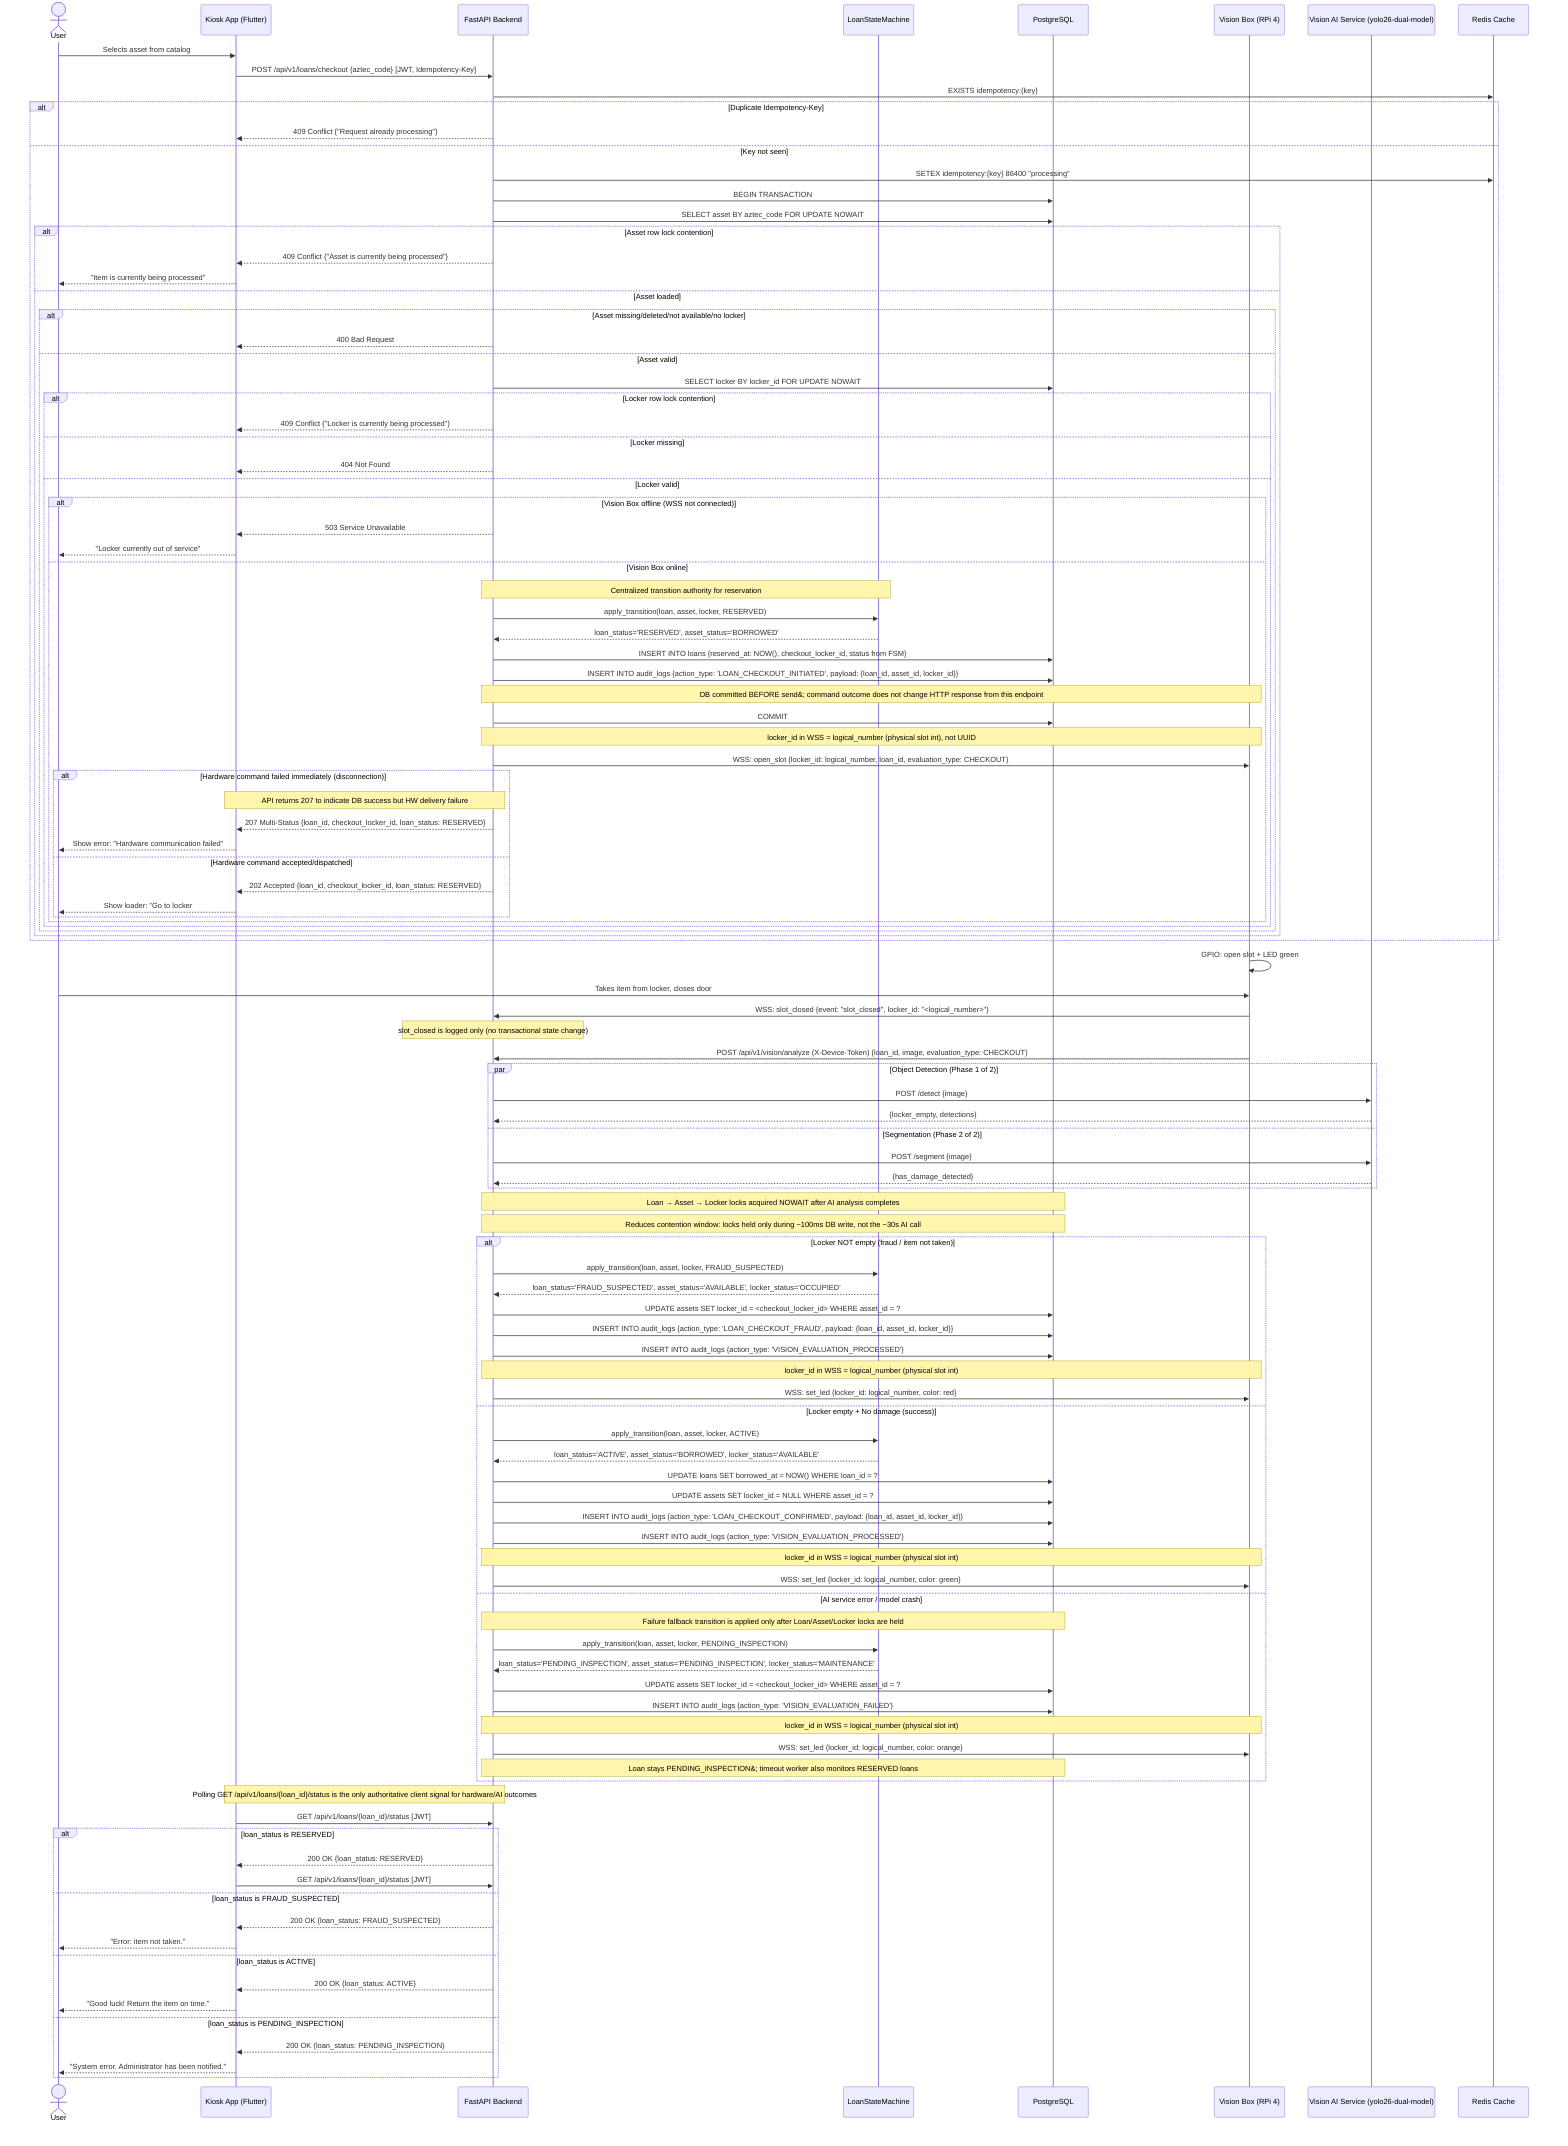
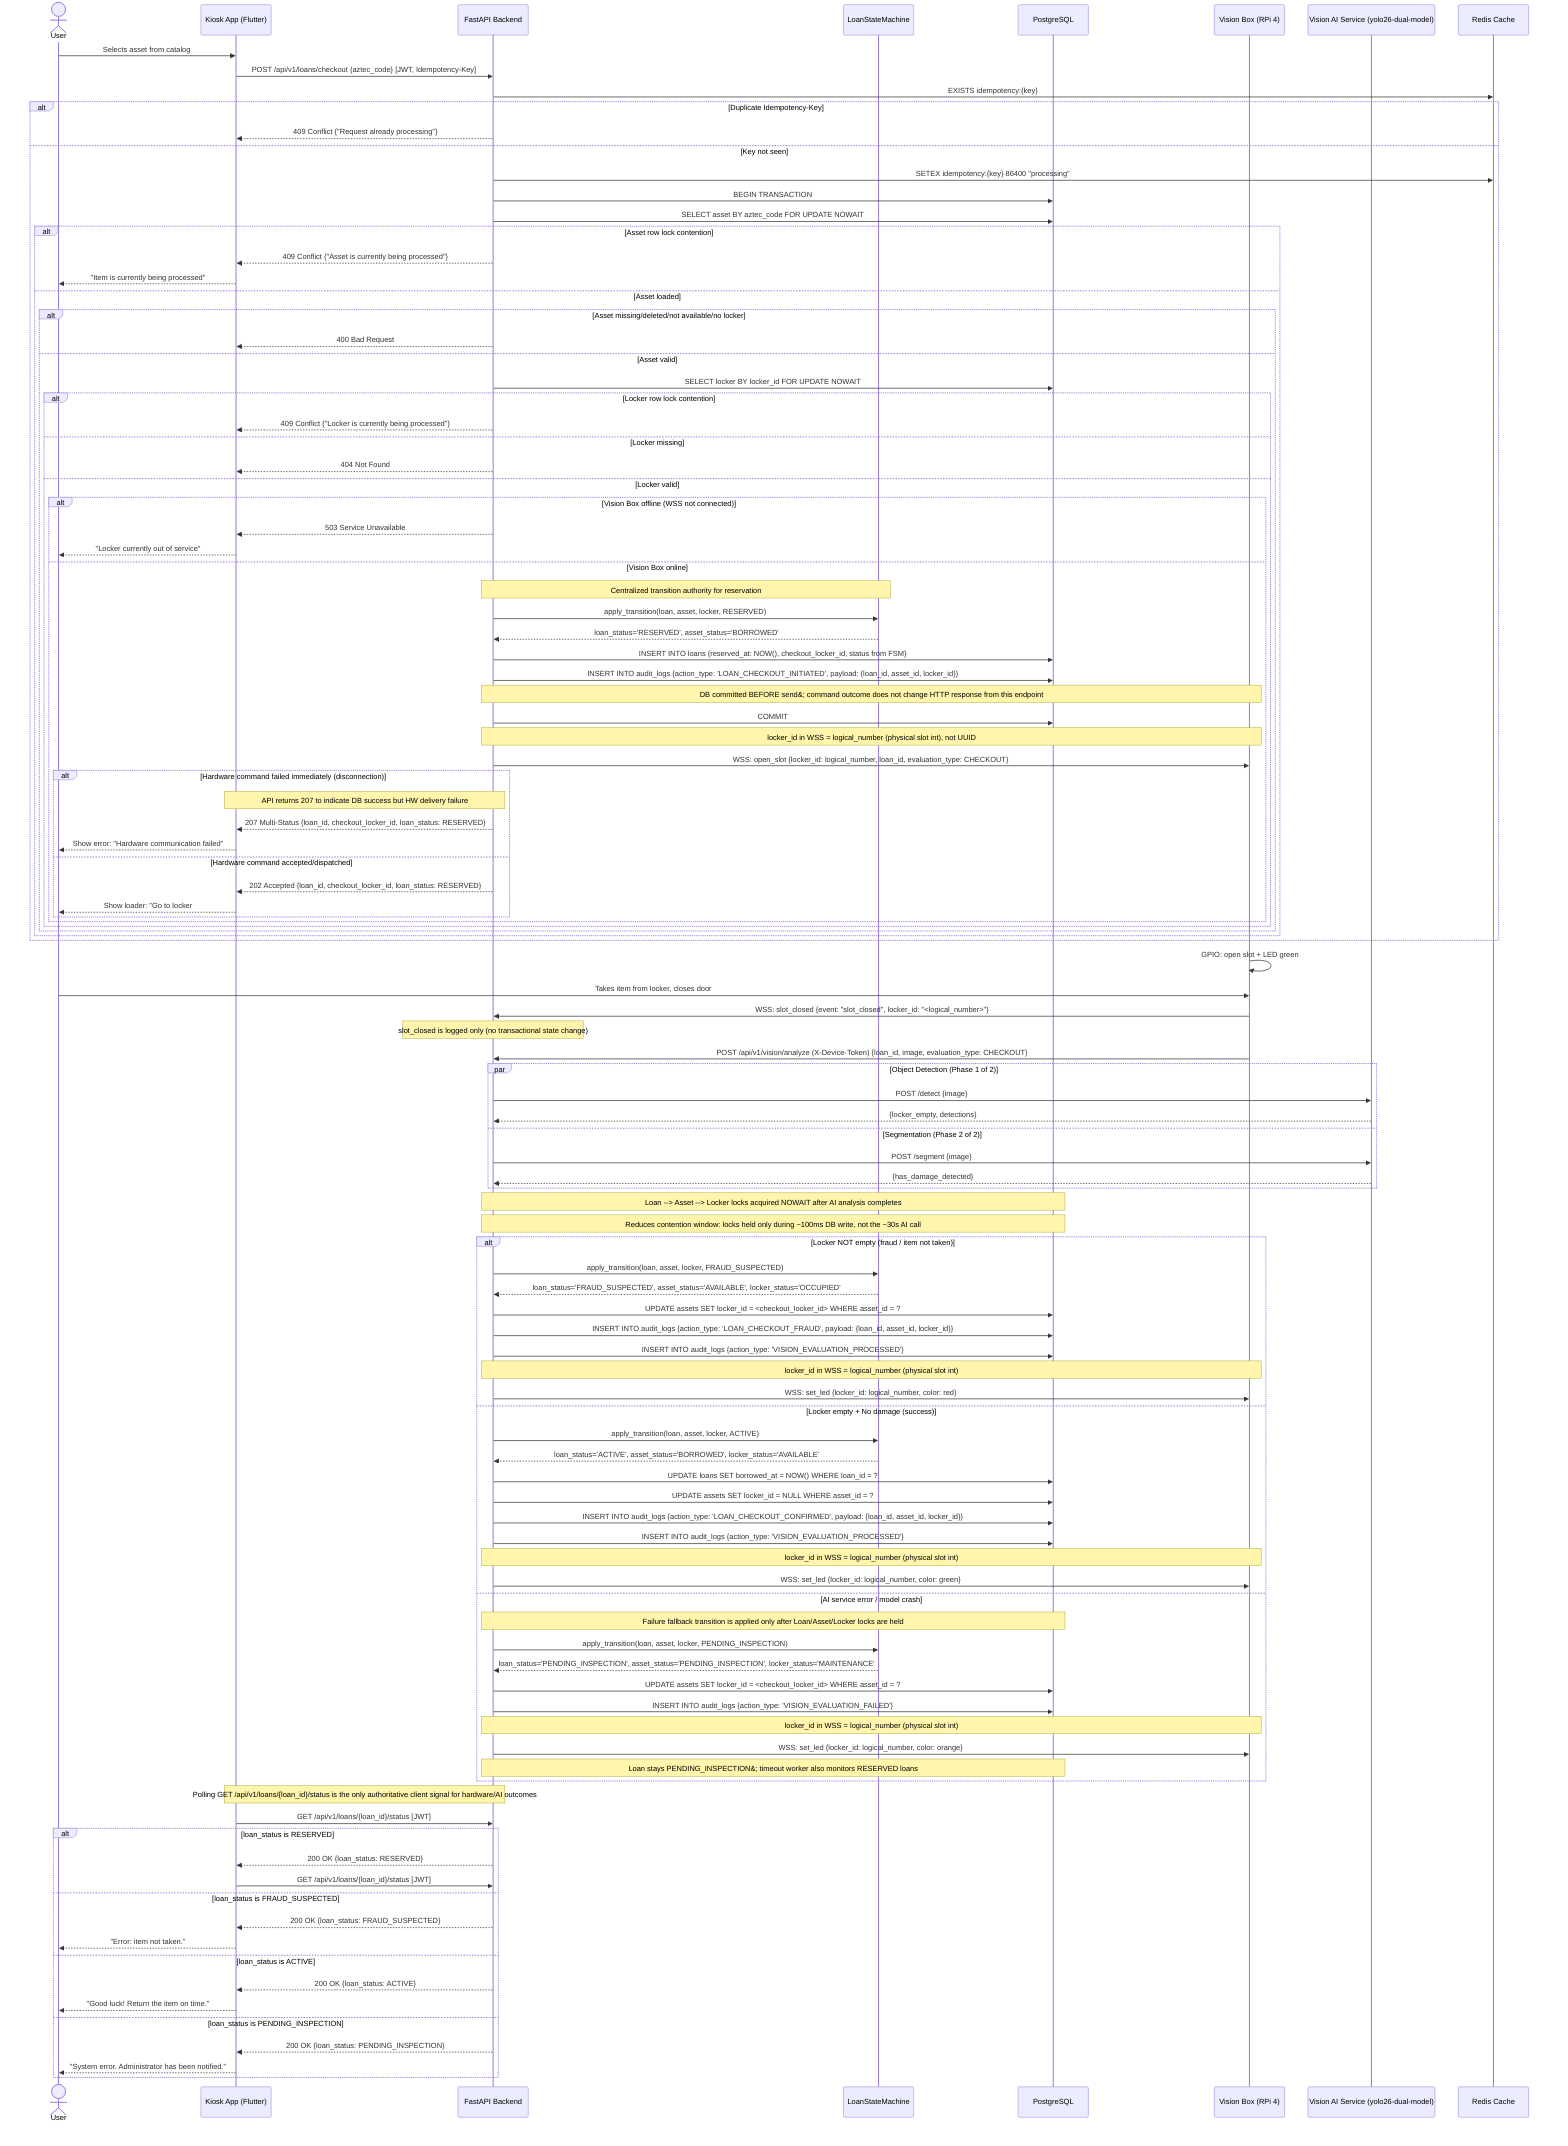
sequenceDiagram
    actor User as User
    participant App as Kiosk App (Flutter)
    participant API as FastAPI Backend
    participant FSM as LoanStateMachine
    participant DB as PostgreSQL
    participant VB as Vision Box (RPi 4)
    participant AI as Vision AI Service (yolo26-dual-model)
    participant Redis as Redis Cache

    User->>App: Selects asset from catalog
    App->>API: POST /api/v1/loans/checkout {aztec_code} [JWT, Idempotency-Key]

    API->>Redis: EXISTS idempotency:{key}
    alt Duplicate Idempotency-Key
        API-->>App: 409 Conflict {"Request already processing"}
    else Key not seen
        API->>Redis: SETEX idempotency:{key} 86400 "processing"

        %% Phase 1: Validate and reserve (row locks acquired NOWAIT)
        API->>DB: BEGIN TRANSACTION
        API->>DB: SELECT asset BY aztec_code FOR UPDATE NOWAIT

        alt Asset row lock contention
            API-->>App: 409 Conflict {"Asset is currently being processed"}
            App-->>User: "Item is currently being processed"
        else Asset loaded
            alt Asset missing/deleted/not available/no locker
                API-->>App: 400 Bad Request
            else Asset valid
                API->>DB: SELECT locker BY locker_id FOR UPDATE NOWAIT

                alt Locker row lock contention
                    API-->>App: 409 Conflict {"Locker is currently being processed"}
                else Locker missing
                    API-->>App: 404 Not Found
                else Locker valid
                    alt Vision Box offline (WSS not connected)
                        API-->>App: 503 Service Unavailable
                        App-->>User: "Locker currently out of service"
                    else Vision Box online
                        %% State mutations applied immediately
                        Note over API,FSM: Centralized transition authority for reservation
                        API->>FSM: apply_transition(loan, asset, locker, RESERVED)
                        FSM-->>API: loan_status='RESERVED', asset_status='BORROWED'
                        API->>DB: INSERT INTO loans {reserved_at: NOW(), checkout_locker_id, status from FSM}
                        API->>DB: INSERT INTO audit_logs {action_type: 'LOAN_CHECKOUT_INITIATED', payload: {loan_id, asset_id, locker_id}}

                        %% Hardware command sent AFTER DB commit
                        Note over API,VB: DB committed BEFORE send&#59; command outcome does not change HTTP response from this endpoint
                        API->>DB: COMMIT

                        Note over API,VB: locker_id in WSS = logical_number (physical slot int), not UUID
                        API->>VB: WSS: open_slot {locker_id: logical_number, loan_id, evaluation_type: CHECKOUT}

                        alt Hardware command failed immediately (disconnection)
                            Note over API,App: API returns 207 to indicate DB success but HW delivery failure
                            API-->>App: 207 Multi-Status {loan_id, checkout_locker_id, loan_status: RESERVED}
                            App-->>User: Show error: "Hardware communication failed"
                        else Hardware command accepted/dispatched
                            API-->>App: 202 Accepted {loan_id, checkout_locker_id, loan_status: RESERVED}
                            App-->>User: Show loader: "Go to locker #N"
                        end
                    end
                end
            end
        end
    end

    VB->>VB: GPIO: open slot + LED green
    User->>VB: Takes item from locker, closes door
    VB->>API: WSS: slot_closed {event: "slot_closed", locker_id: "<logical_number>"}
    Note over API: slot_closed is logged only (no transactional state change)

    %% Vision Box triggers AI analysis (M2M, no JWT)
    VB->>API: POST /api/v1/vision/analyze (X-Device-Token) {loan_id, image, evaluation_type: CHECKOUT}

    %% Phase 2: Vision AI analysis (row locks acquired AFTER analysis)
    par Object Detection (Phase 1 of 2)
        API->>AI: POST /detect {image}
        AI-->>API: {locker_empty, detections}
    and Segmentation (Phase 2 of 2)
        API->>AI: POST /segment {image}
        AI-->>API: {has_damage_detected}
    end

-     Note over API,DB: Loan → Asset → Locker locks acquired NOWAIT after AI analysis completes
+     Note over API,DB: Loan --> Asset --> Locker locks acquired NOWAIT after AI analysis completes
    Note over API,DB: Reduces contention window: locks held only during ~100ms DB write, not the ~30s AI call

    alt Locker NOT empty (fraud / item not taken)
        API->>FSM: apply_transition(loan, asset, locker, FRAUD_SUSPECTED)
        FSM-->>API: loan_status='FRAUD_SUSPECTED', asset_status='AVAILABLE', locker_status='OCCUPIED'
        API->>DB: UPDATE assets SET locker_id = <checkout_locker_id> WHERE asset_id = ?
        API->>DB: INSERT INTO audit_logs {action_type: 'LOAN_CHECKOUT_FRAUD', payload: {loan_id, asset_id, locker_id}}
        API->>DB: INSERT INTO audit_logs {action_type: 'VISION_EVALUATION_PROCESSED'}
        Note over API,VB: locker_id in WSS = logical_number (physical slot int)
        API->>VB: WSS: set_led {locker_id: logical_number, color: red}
    else Locker empty + No damage (success)
        API->>FSM: apply_transition(loan, asset, locker, ACTIVE)
        FSM-->>API: loan_status='ACTIVE', asset_status='BORROWED', locker_status='AVAILABLE'
        API->>DB: UPDATE loans SET borrowed_at = NOW() WHERE loan_id = ?
        API->>DB: UPDATE assets SET locker_id = NULL WHERE asset_id = ?
        API->>DB: INSERT INTO audit_logs {action_type: 'LOAN_CHECKOUT_CONFIRMED', payload: {loan_id, asset_id, locker_id}}
        API->>DB: INSERT INTO audit_logs {action_type: 'VISION_EVALUATION_PROCESSED'}
        Note over API,VB: locker_id in WSS = logical_number (physical slot int)
        API->>VB: WSS: set_led {locker_id: logical_number, color: green}
    else AI service error / model crash
        Note over API,DB: Failure fallback transition is applied only after Loan/Asset/Locker locks are held
        API->>FSM: apply_transition(loan, asset, locker, PENDING_INSPECTION)
        FSM-->>API: loan_status='PENDING_INSPECTION', asset_status='PENDING_INSPECTION', locker_status='MAINTENANCE'
        API->>DB: UPDATE assets SET locker_id = <checkout_locker_id> WHERE asset_id = ?
        API->>DB: INSERT INTO audit_logs {action_type: 'VISION_EVALUATION_FAILED'}
        Note over API,VB: locker_id in WSS = logical_number (physical slot int)
        API->>VB: WSS: set_led {locker_id: logical_number, color: orange}
        Note over API,DB: Loan stays PENDING_INSPECTION&#59; timeout worker also monitors RESERVED loans
    end

    Note over App,API: Polling GET /api/v1/loans/{loan_id}/status is the only authoritative client signal for hardware/AI outcomes
    App->>API: GET /api/v1/loans/{loan_id}/status [JWT]
    alt loan_status is RESERVED
        API-->>App: 200 OK {loan_status: RESERVED}
        App->>API: GET /api/v1/loans/{loan_id}/status [JWT]
    else loan_status is FRAUD_SUSPECTED
        API-->>App: 200 OK {loan_status: FRAUD_SUSPECTED}
        App-->>User: "Error: item not taken."
    else loan_status is ACTIVE
        API-->>App: 200 OK {loan_status: ACTIVE}
        App-->>User: "Good luck! Return the item on time."
    else loan_status is PENDING_INSPECTION
        API-->>App: 200 OK {loan_status: PENDING_INSPECTION}
        App-->>User: "System error. Administrator has been notified."
    end
